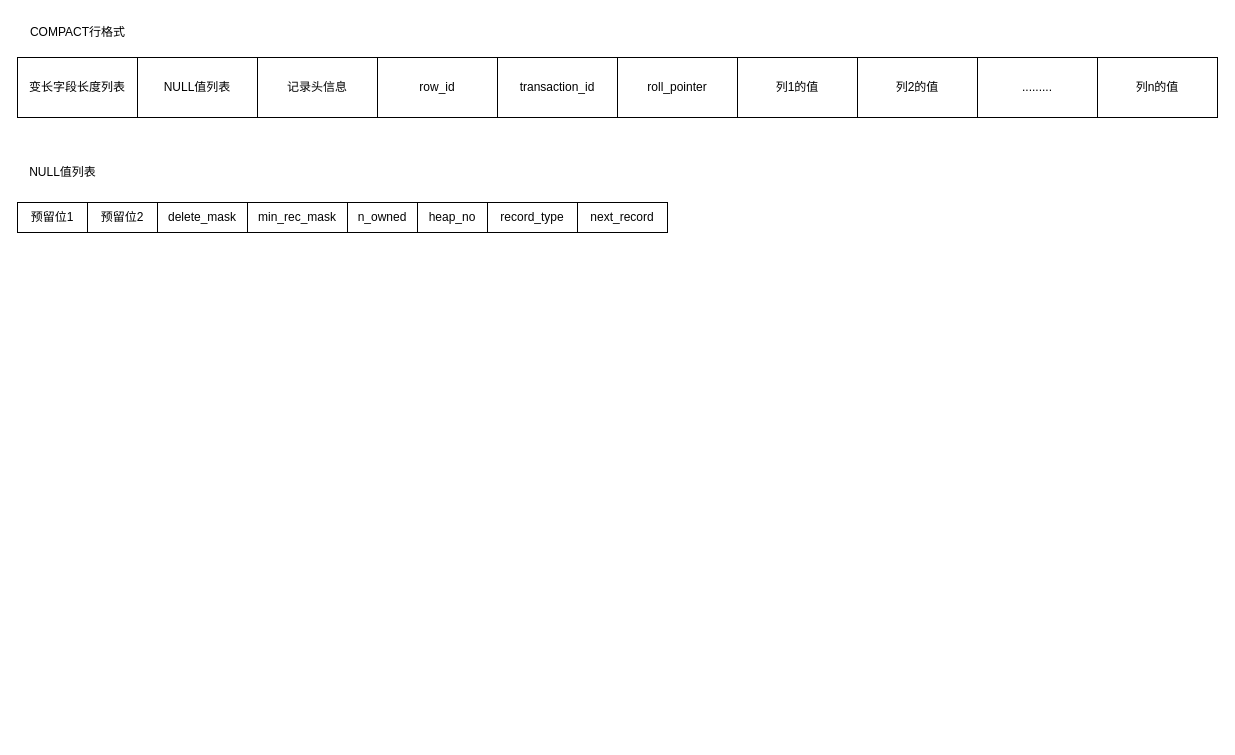
The draw.io diagram MySQL.drawio in bu0207/picx-images-hosting, before the edit. Source tidied: cells renumbered, new cells numbered last; positions are measured from the earlier drawing's top-left corner, leaving out a move shared by most shapes. Both pictures are drawn from the tidied source at 100%, with x=0, y=0 at pixel (17, 17).
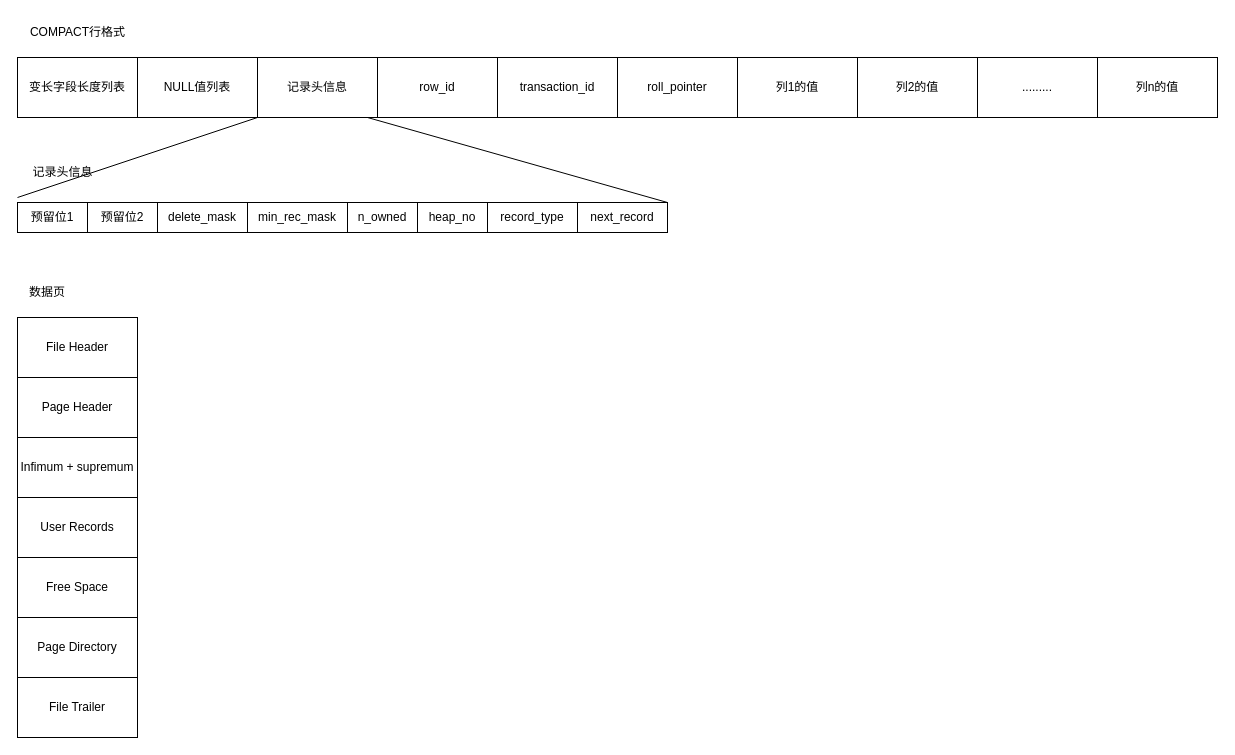
The same diagram, later.

Unchanged cells that the change refers to:
```xml
<mxCell id="4" value="记录头信息" style="rounded=0;whiteSpace=wrap;html=1;" parent="1" vertex="1">
  <mxGeometry x="240" y="40" width="120" height="60" as="geometry" />
</mxCell>
<mxCell id="18" value="next_record" style="rounded=0;whiteSpace=wrap;html=1;" parent="1" vertex="1">
  <mxGeometry x="560" y="185" width="90" height="30" as="geometry" />
</mxCell>
```

The edit, as a diff of the source:
```diff
@@
-    <mxCell id="11" value="NULL值列表" style="text;html=1;align=center;verticalAlign=middle;strokeColor=none;fillColor=none;imageHeight=10;" parent="1" vertex="1">
-      <mxGeometry y="140" width="90" height="30" as="geometry" />
+    <mxCell id="11" value="记录头信息" style="text;html=1;align=center;verticalAlign=middle;strokeColor=none;fillColor=none;imageHeight=10;" parent="1" vertex="1">
+      <mxGeometry x="5" y="140" width="80" height="30" as="geometry" />
     </mxCell>
@@
+    <mxCell id="22" value="File Header" style="rounded=0;whiteSpace=wrap;html=1;" parent="1" vertex="1">
+      <mxGeometry y="300" width="120" height="60" as="geometry" />
+    </mxCell>
+    <mxCell id="23" value="数据页" style="text;html=1;align=center;verticalAlign=middle;whiteSpace=wrap;rounded=0;" parent="1" vertex="1">
+      <mxGeometry y="260" width="60" height="30" as="geometry" />
+    </mxCell>
+    <mxCell id="24" value="Page Header" style="rounded=0;whiteSpace=wrap;html=1;" parent="1" vertex="1">
+      <mxGeometry y="360" width="120" height="60" as="geometry" />
+    </mxCell>
+    <mxCell id="25" value="Infimum + supremum" style="rounded=0;whiteSpace=wrap;html=1;" parent="1" vertex="1">
+      <mxGeometry y="420" width="120" height="60" as="geometry" />
+    </mxCell>
+    <mxCell id="26" value="User Records" style="rounded=0;whiteSpace=wrap;html=1;" parent="1" vertex="1">
+      <mxGeometry y="480" width="120" height="60" as="geometry" />
+    </mxCell>
+    <mxCell id="27" value="Free Space" style="rounded=0;whiteSpace=wrap;html=1;" parent="1" vertex="1">
+      <mxGeometry y="540" width="120" height="60" as="geometry" />
+    </mxCell>
+    <mxCell id="28" value="Page Directory" style="rounded=0;whiteSpace=wrap;html=1;" parent="1" vertex="1">
+      <mxGeometry y="600" width="120" height="60" as="geometry" />
+    </mxCell>
+    <mxCell id="29" value="File Trailer" style="rounded=0;whiteSpace=wrap;html=1;" parent="1" vertex="1">
+      <mxGeometry y="660" width="120" height="60" as="geometry" />
+    </mxCell>
+    <mxCell id="30" style="endArrow=none;html=1;rounded=0;entryX=0;entryY=1;entryDx=0;entryDy=0;" parent="1" edge="1" target="4">
+      <mxGeometry relative="1" as="geometry">
+        <mxPoint y="180" as="sourcePoint" />
+      </mxGeometry>
+    </mxCell>
+    <mxCell id="31" style="endArrow=none;html=1;rounded=0;entryX=0.917;entryY=1;entryDx=0;entryDy=0;entryPerimeter=0;exitX=1;exitY=0;exitDx=0;exitDy=0;" parent="1" edge="1" source="18" target="4">
+      <mxGeometry relative="1" as="geometry" />
+    </mxCell>
```
